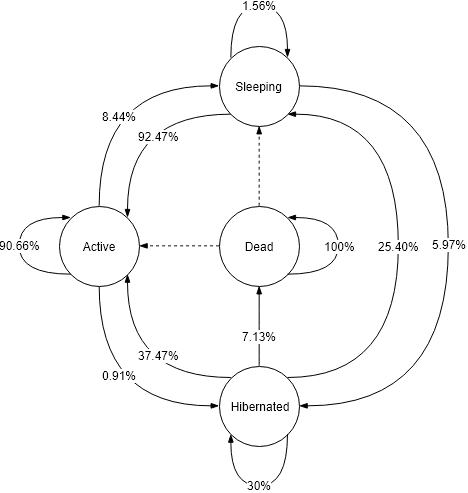
Above: Chains/flutter_chain.png in collab-uniba/developersInactivityAnalysis (draw.io), before the change. Source tidied: cells renumbered, new cells last; positions are measured from the earlier drawing's top-left corner, leaving out a move shared by most shapes.
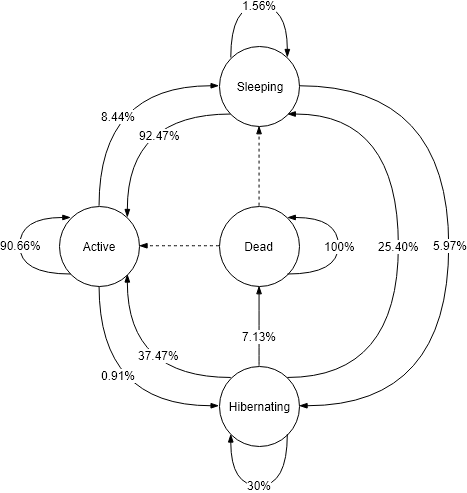
Above is the later version.

What changed in the source:
```diff
@@ -102,7 +102,7 @@
         <mxPoint x="-24.5" as="offset" />
       </mxGeometry>
     </mxCell>
-    <mxCell id="21" value="Hibernated" style="ellipse;whiteSpace=wrap;html=1;" parent="1" vertex="1">
+    <mxCell id="21" value="Hibernating" style="ellipse;whiteSpace=wrap;html=1;" parent="1" vertex="1">
       <mxGeometry x="199.5" y="360.5" width="80" height="80" as="geometry" />
     </mxCell>
     <mxCell id="22" style="edgeStyle=orthogonalEdgeStyle;curved=1;rounded=0;orthogonalLoop=1;jettySize=auto;html=1;exitX=0;exitY=1;exitDx=0;exitDy=0;endArrow=blockThin;endFill=1;entryX=0;entryY=0;entryDx=0;entryDy=0;" parent="1" edge="1" source="6" target="6">
```
